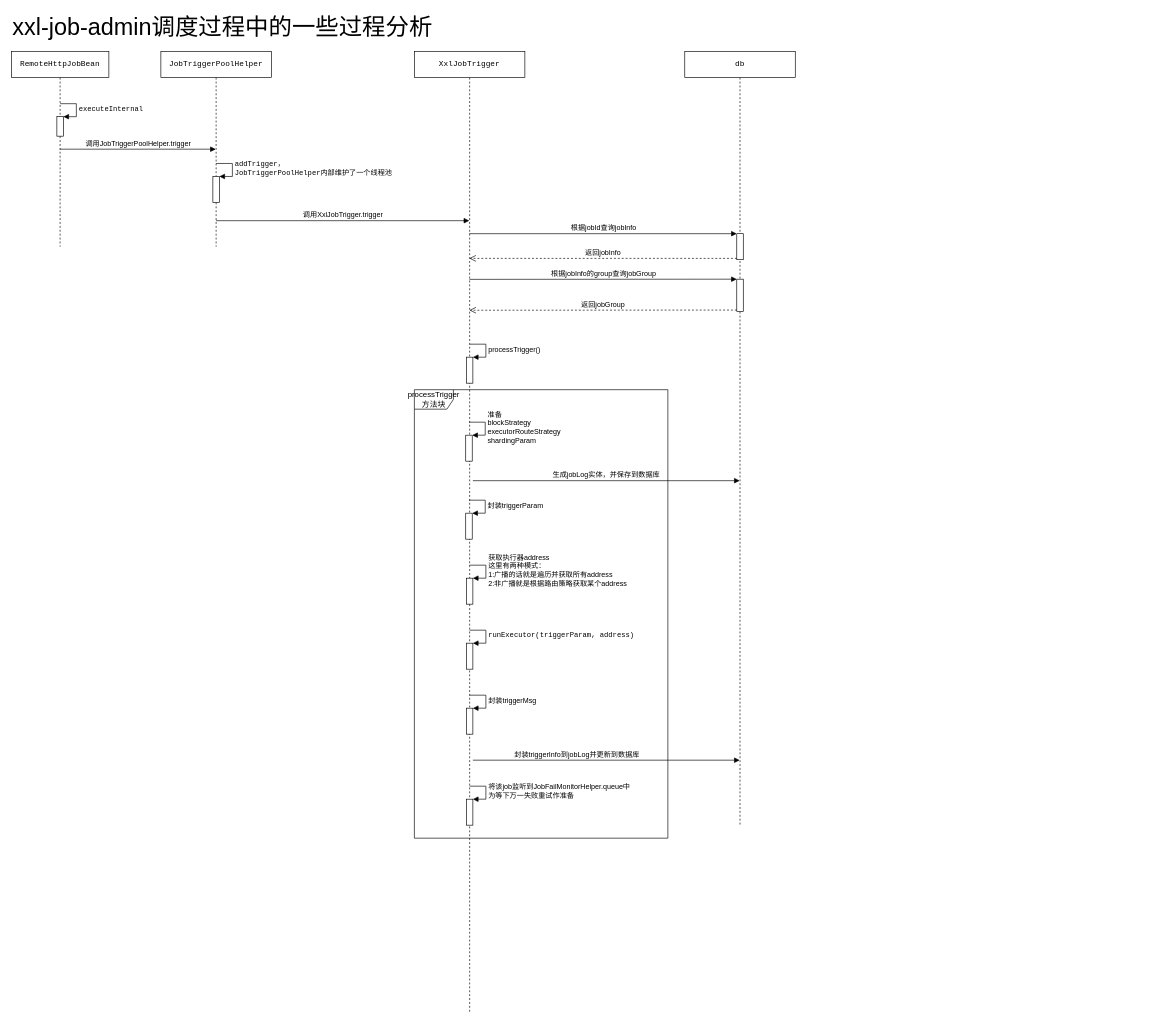
llrrbaba/BlogList keeps this draw.io diagram as xxl-job/xxl-job-admin-schedule.drawio. Above is the earlier version. Source tidied: cells renumbered, new cells numbered last; positions are measured from the earlier drawing's top-left corner, leaving out a move shared by most shapes. Both pictures are drawn from the tidied source at 65%, with x=0, y=0 at pixel (11, 11).
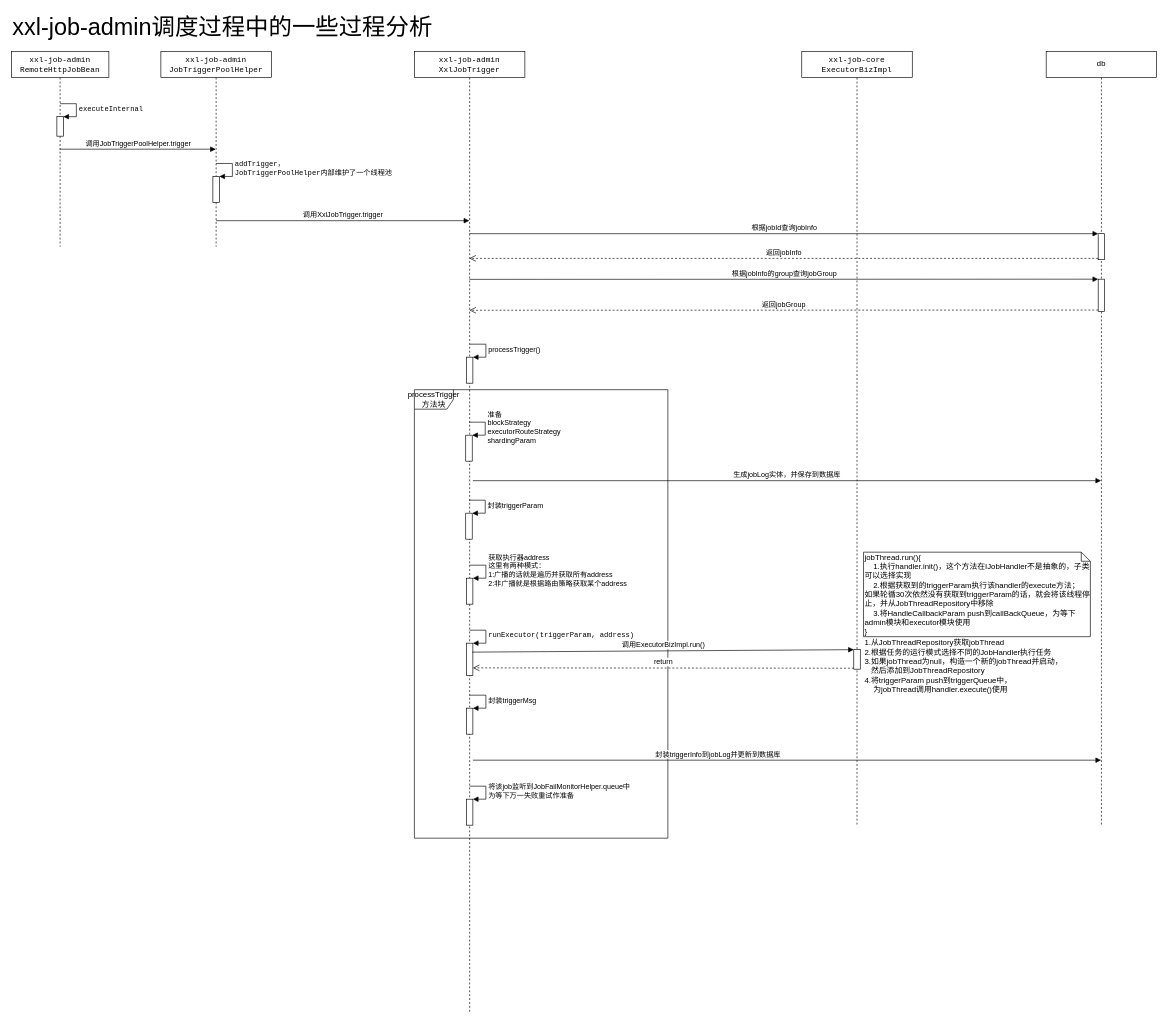
Above is the later version.

The edit, as a diff of the source:
```diff
@@
-    <mxCell id="2" value="&lt;pre&gt;RemoteHttpJobBean&lt;/pre&gt;" style="shape=umlLifeline;perimeter=lifelinePerimeter;whiteSpace=wrap;html=1;outlineConnect=0;" parent="1" vertex="1">
+    <mxCell id="2" value="&lt;pre&gt;xxl-job-admin&lt;br/&gt;RemoteHttpJobBean&lt;/pre&gt;" style="shape=umlLifeline;perimeter=lifelinePerimeter;whiteSpace=wrap;html=1;outlineConnect=0;" parent="1" vertex="1">
       <mxGeometry y="62" width="150" height="300" as="geometry" />
     </mxCell>
@@
-    <mxCell id="5" value="&lt;pre&gt;&lt;pre&gt;JobTriggerPoolHelper&lt;/pre&gt;&lt;/pre&gt;" style="shape=umlLifeline;perimeter=lifelinePerimeter;whiteSpace=wrap;html=1;outlineConnect=0;" parent="1" vertex="1">
+    <mxCell id="5" value="&lt;pre&gt;&lt;pre&gt;xxl-job-admin&lt;br/&gt;JobTriggerPoolHelper&lt;/pre&gt;&lt;/pre&gt;" style="shape=umlLifeline;perimeter=lifelinePerimeter;whiteSpace=wrap;html=1;outlineConnect=0;" parent="1" vertex="1">
       <mxGeometry x="230" y="62" width="170" height="300" as="geometry" />
     </mxCell>
@@
-    <mxCell id="8" value="&lt;pre&gt;&lt;pre&gt;&lt;pre&gt;XxlJobTrigger&lt;/pre&gt;&lt;/pre&gt;&lt;/pre&gt;" style="shape=umlLifeline;perimeter=lifelinePerimeter;whiteSpace=wrap;html=1;outlineConnect=0;" parent="1" vertex="1">
+    <mxCell id="8" value="&lt;pre&gt;&lt;pre&gt;&lt;pre&gt;xxl-job-admin&lt;br/&gt;XxlJobTrigger&lt;/pre&gt;&lt;/pre&gt;&lt;/pre&gt;" style="shape=umlLifeline;perimeter=lifelinePerimeter;whiteSpace=wrap;html=1;outlineConnect=0;" parent="1" vertex="1">
       <mxGeometry x="620" y="62" width="170" height="1480" as="geometry" />
     </mxCell>
@@
     <mxCell id="11" value="&lt;pre&gt;&lt;pre&gt;&lt;pre&gt;db&lt;/pre&gt;&lt;/pre&gt;&lt;/pre&gt;" style="shape=umlLifeline;perimeter=lifelinePerimeter;whiteSpace=wrap;html=1;outlineConnect=0;" parent="1" vertex="1">
-      <mxGeometry x="1036" y="62" width="170" height="1190" as="geometry" />
+      <mxGeometry x="1592" y="62" width="170" height="1190" as="geometry" />
     </mxCell>
@@
+    <mxCell id="36" value="&lt;pre&gt;&lt;pre&gt;&lt;pre&gt;xxl-job-core&lt;br/&gt;ExecutorBizImpl&lt;/pre&gt;&lt;/pre&gt;&lt;/pre&gt;" style="shape=umlLifeline;perimeter=lifelinePerimeter;whiteSpace=wrap;html=1;" parent="1" vertex="1">
+      <mxGeometry x="1216" y="62" width="170" height="1190" as="geometry" />
+    </mxCell>
+    <mxCell id="37" style="html=1;points=[];perimeter=orthogonalPerimeter;" parent="36" vertex="1">
+      <mxGeometry x="80" y="920" width="10" height="30" as="geometry" />
+    </mxCell>
@@
     <mxCell id="29" style="html=1;points=[];perimeter=orthogonalPerimeter;" parent="1" vertex="1">
-      <mxGeometry x="700" y="972" width="10" height="40" as="geometry" />
+      <mxGeometry x="700" y="972" width="10" height="50" as="geometry" />
     </mxCell>
@@
+    <mxCell id="38" value="调用ExecutorBizImpl.run()" style="html=1;verticalAlign=bottom;endArrow=block;entryX=0;entryY=0;exitX=0.894;exitY=0.275;exitDx=0;exitDy=0;exitPerimeter=0;" parent="1" edge="1" source="29" target="37">
+      <mxGeometry relative="1" as="geometry" />
+    </mxCell>
+    <mxCell id="39" value="return" style="html=1;verticalAlign=bottom;endArrow=open;dashed=1;endSize=8;exitX=0;exitY=0.95;" parent="1" edge="1" source="37">
+      <mxGeometry relative="1" as="geometry">
+        <mxPoint x="710" y="1010" as="targetPoint" />
+      </mxGeometry>
+    </mxCell>
+    <mxCell id="40" value="1.从&lt;span&gt;JobThreadRepository获取jobThread&lt;br&gt;2.根据任务的运行模式选择不同的JobHandler执行任务&lt;br&gt;3.如果jobThread为null，构造一个新的jobThread并启动，&lt;br&gt;&amp;nbsp; &amp;nbsp;然后添加到&lt;/span&gt;&lt;span&gt;JobThreadRepository&lt;br&gt;4.将triggerParam push到&lt;/span&gt;&lt;span&gt;triggerQueue中，&lt;br&gt;&amp;nbsp; &amp;nbsp; 为jobThread调用handler.execute()使用&lt;/span&gt;&lt;span&gt;&lt;br&gt;&lt;/span&gt;&lt;span&gt;&lt;br&gt;&lt;/span&gt;" style="text;html=1;align=left;verticalAlign=top;spacingTop=-4;" parent="1" vertex="1">
+      <mxGeometry x="1311" y="962" width="320" height="100" as="geometry" />
+    </mxCell>
+    <mxCell id="41" value="jobThread.run(){&lt;br&gt;&amp;nbsp; &amp;nbsp; 1.执行handler.init()，这个方法在&lt;span&gt;IJobHandler&lt;/span&gt;不是抽象的，子类可以选择实现&lt;br&gt;&amp;nbsp; &amp;nbsp; 2.根据获取到的triggerParam执行该handler的execute方法；&lt;br&gt;如果轮循30次依然没有获取到triggerParam的话，就会将该线程停止，并从JobThreadRepository中移除&lt;br&gt;&amp;nbsp; &amp;nbsp; 3.将&lt;span&gt;HandleCallbackParam push到&lt;/span&gt;&lt;span&gt;callBackQueue，为等下admin模块和executor模块使用&lt;/span&gt;&lt;span&gt;&lt;br&gt;&lt;/span&gt;}" style="shape=note;whiteSpace=wrap;html=1;size=14;verticalAlign=top;align=left;spacingTop=-6;" parent="1" vertex="1">
+      <mxGeometry x="1311" y="832" width="349" height="130" as="geometry" />
+    </mxCell>
```
